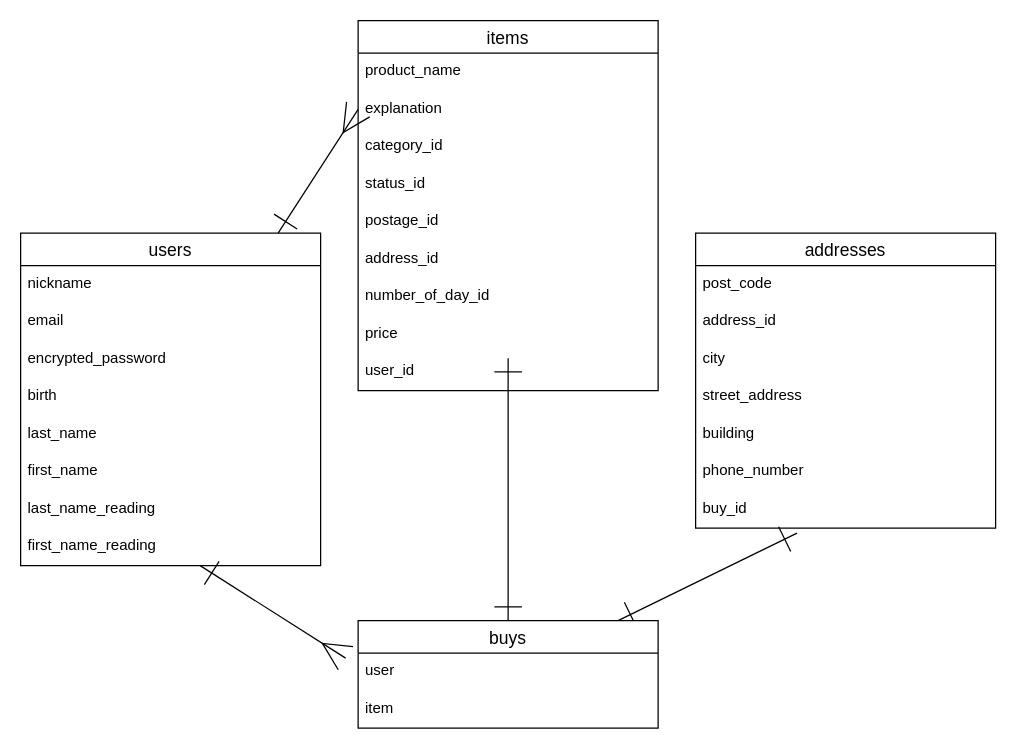
Before: ER.dio in aiueo818/furima-40136, a draw.io diagram. Source tidied: cells renumbered, new cells numbered last; positions are measured from the earlier drawing's top-left corner, leaving out a move shared by most shapes. Both pictures are drawn from the tidied source at 125%, with x=0, y=0 at pixel (20, 20).
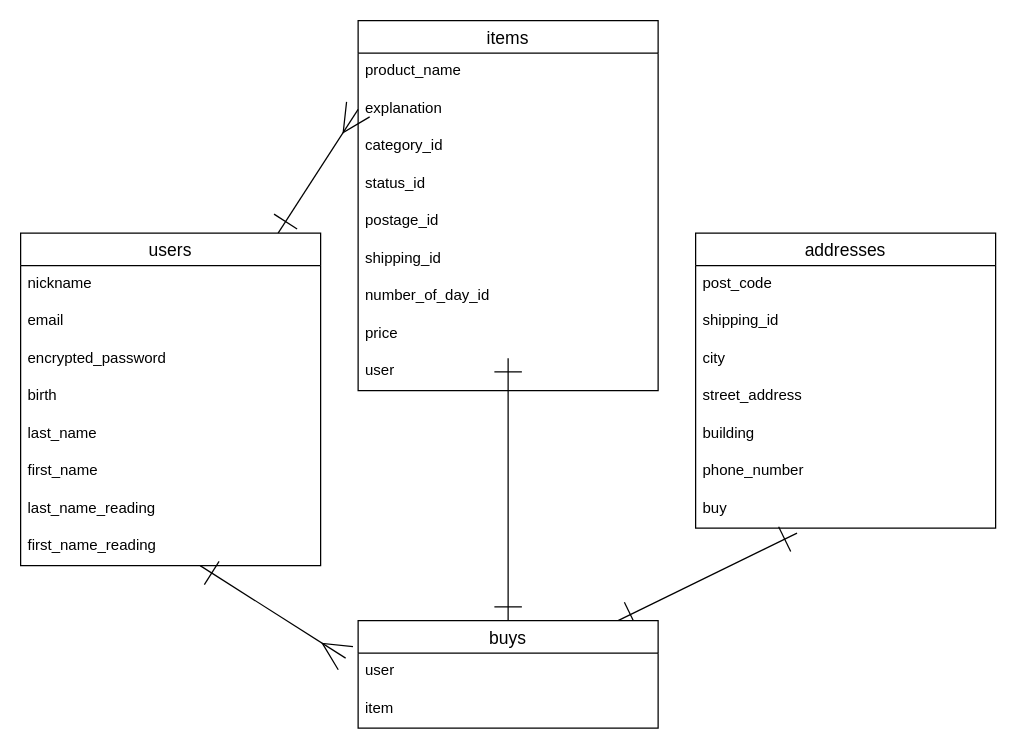
Above is the later version.

Commit message (it also covers changes not shown here):
DB設計の修正５

# What
レビューいただいた箇所の修正

# Why
DB設計と正しく行うため

ER図のURL
https://gyazo.com/229b3dadcf7b32fca1977541f260611f

The change refers to these unchanged cells:
```xml
<mxCell id="12" value="items" style="swimlane;fontStyle=0;horizontal=1;startSize=26;align=center;fontSize=14;" parent="1" vertex="1">
  <mxGeometry x="270" width="240" height="296" as="geometry" />
</mxCell>
<mxCell id="28" value="addresses" style="swimlane;fontStyle=0;horizontal=1;startSize=26;align=center;fontSize=14;" parent="1" vertex="1">
  <mxGeometry x="540" y="170" width="240" height="236" as="geometry" />
</mxCell>
```

Diff of the diagram source:
```diff
@@
-    <mxCell id="18" value="address_id" style="text;strokeColor=none;fillColor=none;spacingLeft=4;spacingRight=4;overflow=hidden;fontSize=12;" parent="12" vertex="1">
+    <mxCell id="18" value="shipping_id" style="text;strokeColor=none;fillColor=none;spacingLeft=4;spacingRight=4;overflow=hidden;fontSize=12;" parent="12" vertex="1">
       <mxGeometry y="176" width="240" height="30" as="geometry" />
     </mxCell>
@@
-    <mxCell id="21" value="user_id" style="text;strokeColor=none;fillColor=none;spacingLeft=4;spacingRight=4;overflow=hidden;fontSize=12;" parent="12" vertex="1">
+    <mxCell id="21" value="user" style="text;strokeColor=none;fillColor=none;spacingLeft=4;spacingRight=4;overflow=hidden;fontSize=12;" parent="12" vertex="1">
       <mxGeometry y="266" width="240" height="30" as="geometry" />
     </mxCell>
@@
-    <mxCell id="30" value="address_id" style="text;strokeColor=none;fillColor=none;spacingLeft=4;spacingRight=4;overflow=hidden;fontSize=12;" parent="28" vertex="1">
+    <mxCell id="30" value="shipping_id" style="text;strokeColor=none;fillColor=none;spacingLeft=4;spacingRight=4;overflow=hidden;fontSize=12;" parent="28" vertex="1">
       <mxGeometry y="56" width="240" height="30" as="geometry" />
     </mxCell>
@@
-    <mxCell id="35" value="buy_id" style="text;strokeColor=none;fillColor=none;spacingLeft=4;spacingRight=4;overflow=hidden;points=[[0,0.5],[1,0.5]];portConstraint=eastwest;fontSize=12;" parent="28" vertex="1">
+    <mxCell id="35" value="buy" style="text;strokeColor=none;fillColor=none;spacingLeft=4;spacingRight=4;overflow=hidden;points=[[0,0.5],[1,0.5]];portConstraint=eastwest;fontSize=12;" parent="28" vertex="1">
       <mxGeometry y="206" width="240" height="30" as="geometry" />
     </mxCell>
```
